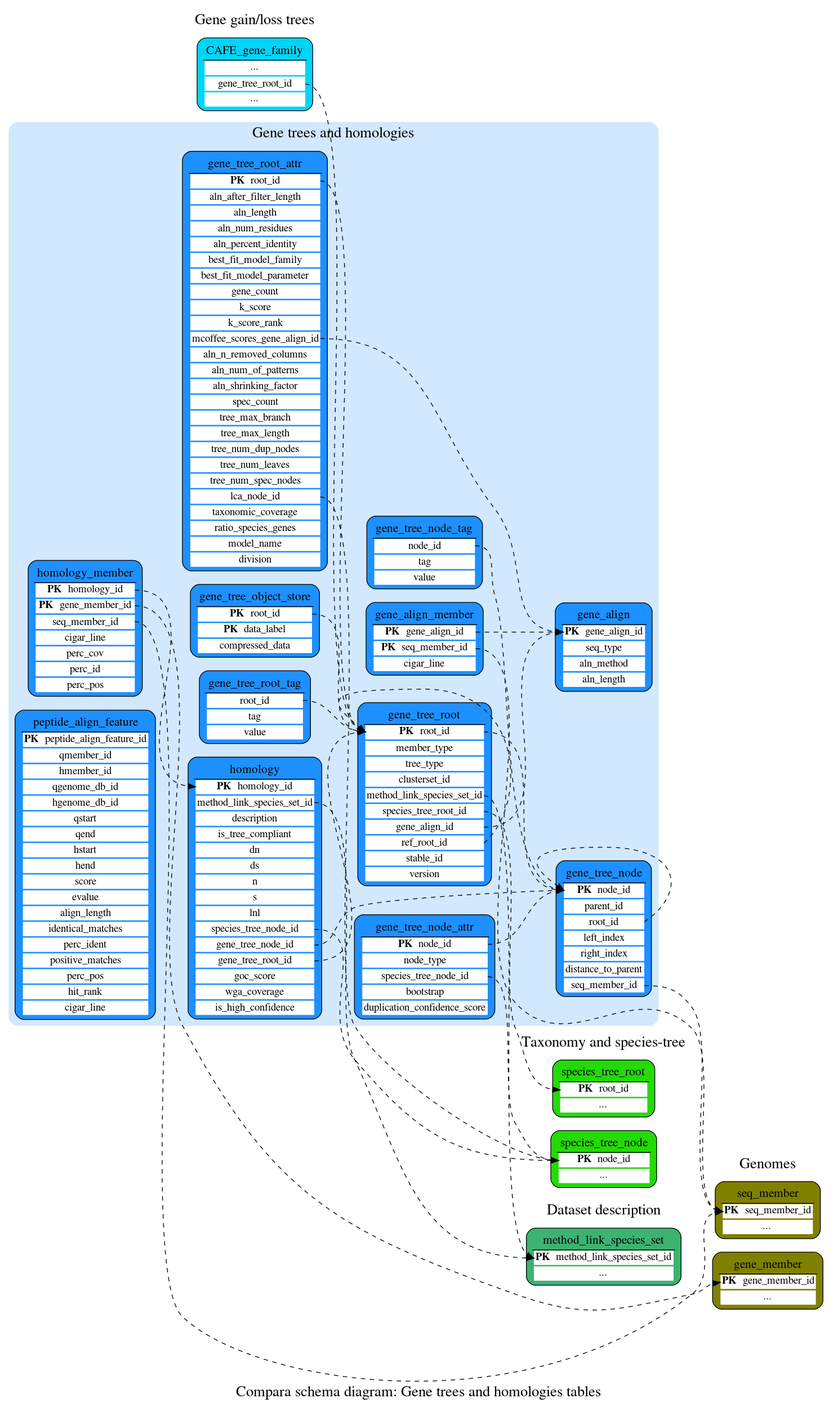
Ensembl/public-plugins keeps this Graphviz diagram as docs/htdocs/info/docs/api/compara/diagrams/Compara.gene_trees_and_homologies.png. Above is the earlier version. Its source is kept beside it as docs/htdocs/info/docs/api/compara/diagrams/Compara.dot.
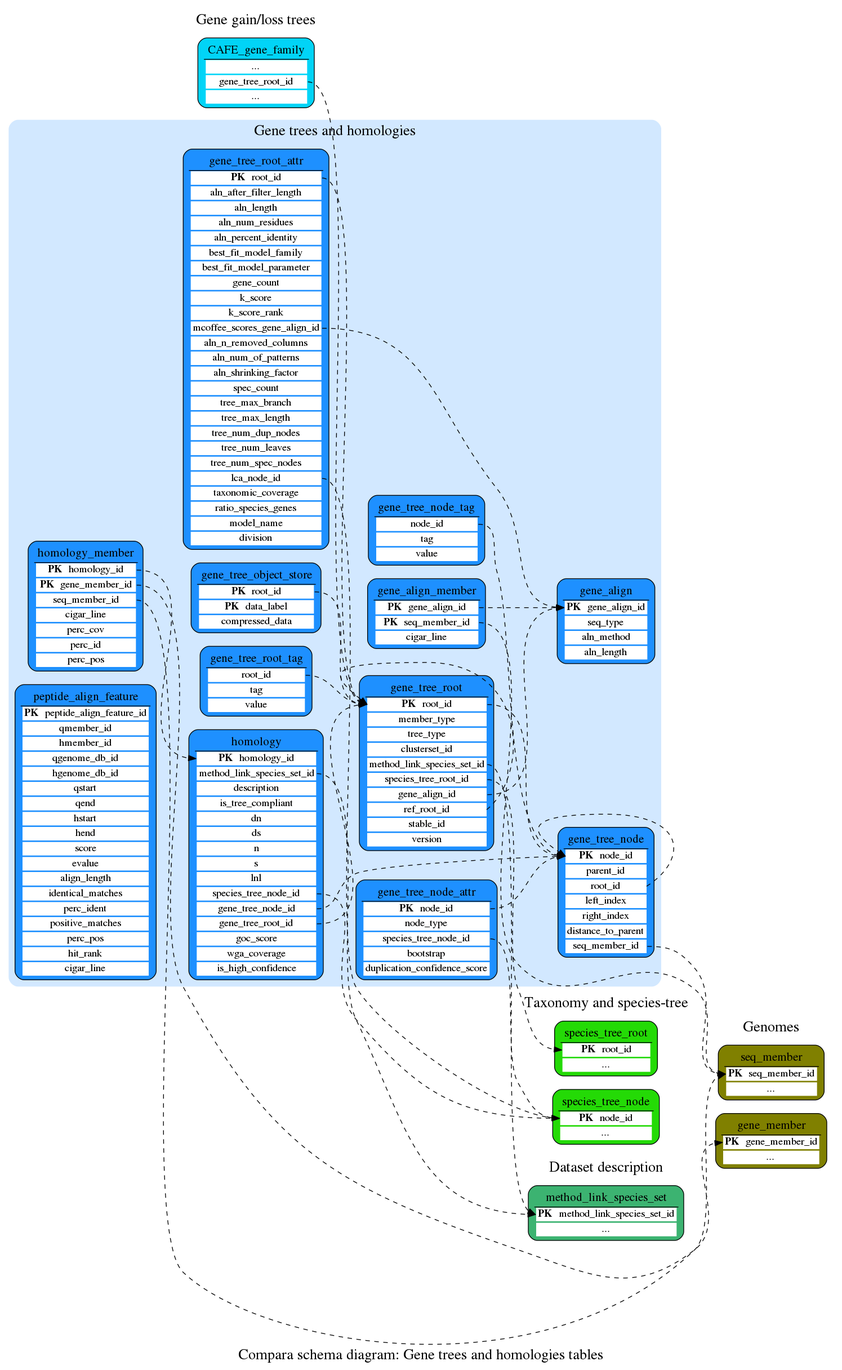
After the commit.

The edit, as a diff of the source:
```diff
@@ -34,7 +34,7 @@
 	mapping_session [fillcolor="#AAAAAA", label=<<table border="0"><th><td><font point-size="16">mapping_session</font></td></th><hr/><tr><td bgcolor="white" port="portmapping_session_id"><B>PK</B>&nbsp;&nbsp;mapping_session_id</td></tr><tr><td bgcolor="white" port="porttype">type</td></tr><tr><td bgcolor="white" port="portwhen_mapped">when_mapped</td></tr><tr><td bgcolor="white" port="portrel_from">rel_from</td></tr><tr><td bgcolor="white" port="portrel_to">rel_to</td></tr><tr><td bgcolor="white" port="portprefix">prefix</td></tr></table>>, shape="box", style="filled,rounded"];
 	member_xref [fillcolor="#FFCC66", label=<<table border="0"><th><td><font point-size="16">member_xref</font></td></th><hr/><tr><td bgcolor="white" port="portgene_member_id"><B>PK</B>&nbsp;&nbsp;gene_member_id</td></tr><tr><td bgcolor="white" port="portdbprimary_acc"><B>PK</B>&nbsp;&nbsp;dbprimary_acc</td></tr><tr><td bgcolor="white" port="portexternal_db_id"><B>PK</B>&nbsp;&nbsp;external_db_id</td></tr></table>>, shape="box", style="filled,rounded"];
 	meta [fillcolor="#3CB371", label=<<table border="0"><th><td><font point-size="16">meta</font></td></th><hr/><tr><td bgcolor="white" port="portmeta_id"><B>PK</B>&nbsp;&nbsp;meta_id</td></tr><tr><td bgcolor="white" port="portspecies_id">species_id</td></tr><tr><td bgcolor="white" port="portmeta_key">meta_key</td></tr><tr><td bgcolor="white" port="portmeta_value">meta_value</td></tr></table>>, shape="box", style="filled,rounded"];
-	method_link [fillcolor="#3CB371", label=<<table border="0"><th><td><font point-size="16">method_link</font></td></th><hr/><tr><td bgcolor="white" port="portmethod_link_id"><B>PK</B>&nbsp;&nbsp;method_link_id</td></tr><tr><td bgcolor="white" port="porttype">type</td></tr><tr><td bgcolor="white" port="portclass">class</td></tr></table>>, shape="box", style="filled,rounded"];
+	method_link [fillcolor="#3CB371", label=<<table border="0"><th><td><font point-size="16">method_link</font></td></th><hr/><tr><td bgcolor="white" port="portmethod_link_id"><B>PK</B>&nbsp;&nbsp;method_link_id</td></tr><tr><td bgcolor="white" port="porttype">type</td></tr><tr><td bgcolor="white" port="portclass">class</td></tr><tr><td bgcolor="white" port="portdisplay_name">display_name</td></tr></table>>, shape="box", style="filled,rounded"];
 	method_link_species_set [fillcolor="#3CB371", label=<<table border="0"><th><td><font point-size="16">method_link_species_set</font></td></th><hr/><tr><td bgcolor="white" port="portmethod_link_species_set_id"><B>PK</B>&nbsp;&nbsp;method_link_species_set_id</td></tr><tr><td bgcolor="white" port="portmethod_link_id">method_link_id</td></tr><tr><td bgcolor="white" port="portspecies_set_id">species_set_id</td></tr><tr><td bgcolor="white" port="portname">name</td></tr><tr><td bgcolor="white" port="portsource">source</td></tr><tr><td bgcolor="white" port="porturl">url</td></tr><tr><td bgcolor="white" port="portfirst_release">first_release</td></tr><tr><td bgcolor="white" port="portlast_release">last_release</td></tr></table>>, shape="box", style="filled,rounded"];
 	method_link_species_set_attr [fillcolor="#3CB371", label=<<table border="0"><th><td><font point-size="16">method_link_species_set_attr</font></td></th><hr/><tr><td bgcolor="white" port="portmethod_link_species_set_id"><B>PK</B>&nbsp;&nbsp;method_link_species_set_id</td></tr><tr><td bgcolor="white" port="portn_goc_null">n_goc_null</td></tr><tr><td bgcolor="white" port="portn_goc_0">n_goc_0</td></tr><tr><td bgcolor="white" port="portn_goc_25">n_goc_25</td></tr><tr><td bgcolor="white" port="portn_goc_50">n_goc_50</td></tr><tr><td bgcolor="white" port="portn_goc_75">n_goc_75</td></tr><tr><td bgcolor="white" port="portn_goc_100">n_goc_100</td></tr><tr><td bgcolor="white" port="portperc_orth_above_goc_thresh">perc_orth_above_goc_thresh</td></tr><tr><td bgcolor="white" port="portgoc_quality_threshold">goc_quality_threshold</td></tr><tr><td bgcolor="white" port="portwga_quality_threshold">wga_quality_threshold</td></tr><tr><td bgcolor="white" port="portperc_orth_above_wga_thresh">perc_orth_above_wga_thresh</td></tr><tr><td bgcolor="white" port="portthreshold_on_ds">threshold_on_ds</td></tr></table>>, shape="box", style="filled,rounded"];
 	method_link_species_set_tag [fillcolor="#3CB371", label=<<table border="0"><th><td><font point-size="16">method_link_species_set_tag</font></td></th><hr/><tr><td bgcolor="white" port="portmethod_link_species_set_id"><B>PK</B>&nbsp;&nbsp;method_link_species_set_id</td></tr><tr><td bgcolor="white" port="porttag"><B>PK</B>&nbsp;&nbsp;tag</td></tr><tr><td bgcolor="white" port="portvalue">value</td></tr></table>>, shape="box", style="filled,rounded"];
```
